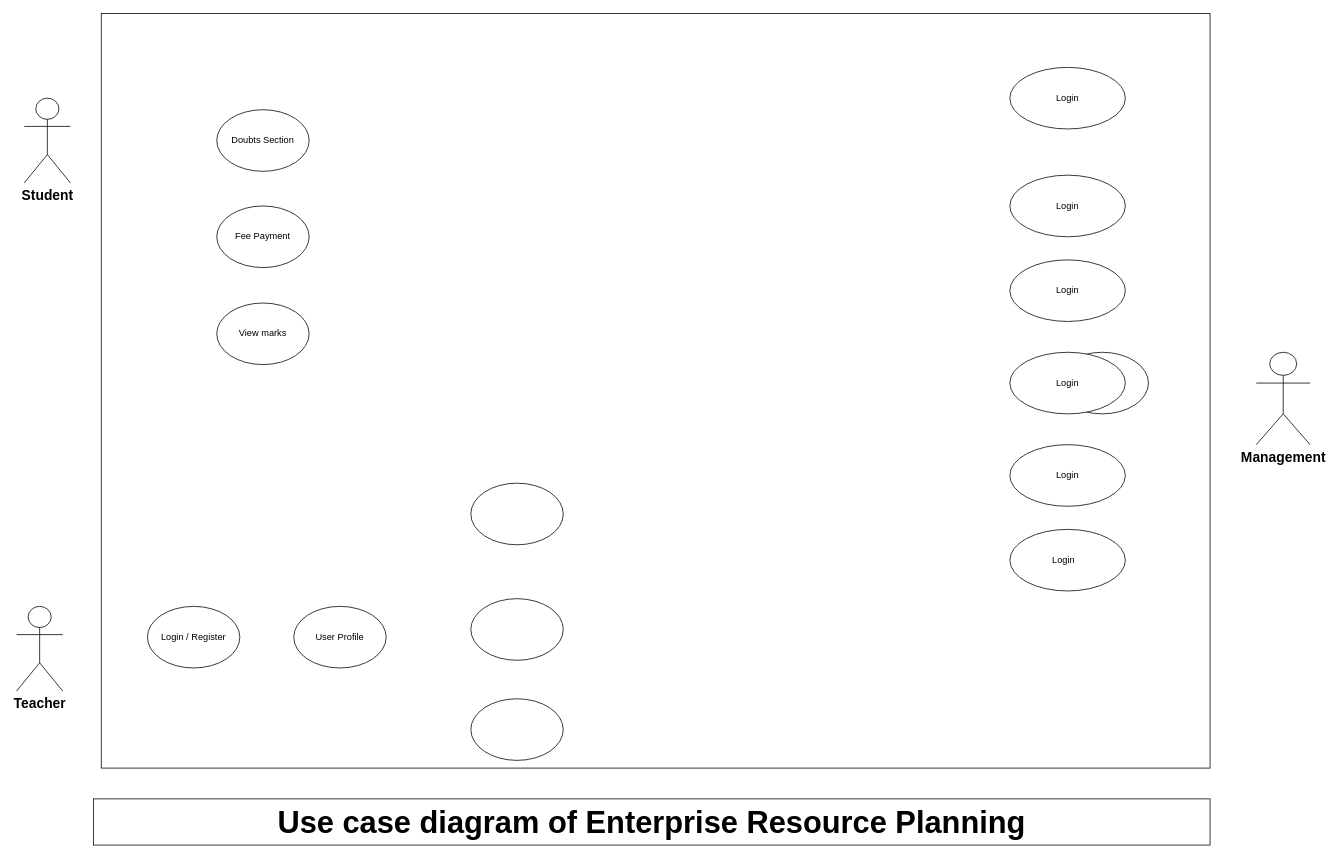
This is Untitled Diagram.drawio from Sumanth-Siddareddy/Enterprise-Resource-Planning, a draw.io file, before an edit. Source tidied: cells renumbered, new cells numbered last; positions are measured from the earlier drawing's top-left corner, leaving out a move shared by most shapes. Both pictures are drawn from the tidied source at 77%, with x=0, y=0 at pixel (16, 13).
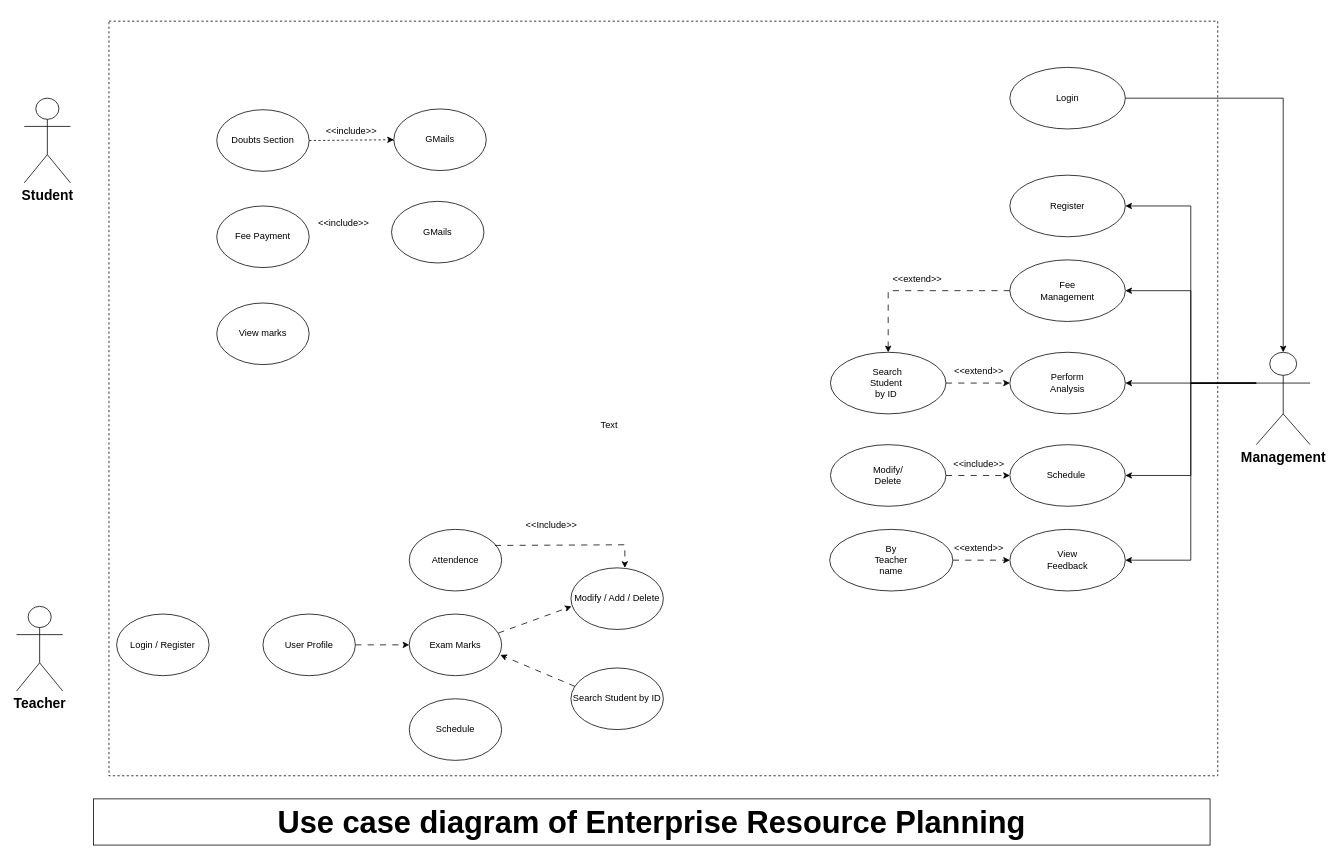
The same page after the edit.

The change refers to these unchanged cells:
```xml
<mxCell id="6" value="Management" style="shape=umlActor;verticalLabelPosition=bottom;verticalAlign=top;html=1;outlineConnect=0;fontSize=18;fontStyle=1;" parent="1" vertex="1">
  <mxGeometry x="1610" y="440" width="70" height="120" as="geometry" />
</mxCell>
<mxCell id="7" style="ellipse;whiteSpace=wrap;html=1;" parent="1" vertex="1">
  <mxGeometry x="1290" y="70" width="150" height="80" as="geometry" />
</mxCell>
<mxCell id="8" value="Doubts Section" style="ellipse;whiteSpace=wrap;html=1;" parent="1" vertex="1">
  <mxGeometry x="260" y="125" width="120" height="80" as="geometry" />
</mxCell>
<mxCell id="9" style="ellipse;whiteSpace=wrap;html=1;" parent="1" vertex="1">
  <mxGeometry x="1290" y="210" width="150" height="80" as="geometry" />
</mxCell>
<mxCell id="11" style="ellipse;whiteSpace=wrap;html=1;" parent="1" vertex="1">
  <mxGeometry x="1290" y="320" width="150" height="80" as="geometry" />
</mxCell>
<mxCell id="14" style="ellipse;whiteSpace=wrap;html=1;" parent="1" vertex="1">
  <mxGeometry x="1290" y="440" width="150" height="80" as="geometry" />
</mxCell>
<mxCell id="17" style="ellipse;whiteSpace=wrap;html=1;" parent="1" vertex="1">
  <mxGeometry x="1290" y="560" width="150" height="80" as="geometry" />
</mxCell>
<mxCell id="19" style="ellipse;whiteSpace=wrap;html=1;" parent="1" vertex="1">
  <mxGeometry x="1290" y="670" width="150" height="80" as="geometry" />
</mxCell>
```

Change to the diagram source:
```diff
@@
-    <mxCell id="2" style="rounded=0;whiteSpace=wrap;html=1;" parent="1" vertex="1">
-      <mxGeometry x="110" width="1440" height="980" as="geometry" />
+    <mxCell id="2" style="rounded=0;whiteSpace=wrap;html=1;dashed=1;" parent="1" vertex="1">
+      <mxGeometry x="120" y="10" width="1440" height="980" as="geometry" />
     </mxCell>
@@
+    <mxCell id="28" style="edgeStyle=orthogonalEdgeStyle;rounded=0;jettySize=auto;html=1;entryX=1;entryY=0.5;entryDx=0;entryDy=0;" parent="1" edge="1" target="9">
+      <mxGeometry relative="1" as="geometry">
+        <mxPoint x="1610" y="480" as="sourcePoint" />
+      </mxGeometry>
+    </mxCell>
+    <mxCell id="29" style="edgeStyle=orthogonalEdgeStyle;rounded=0;jettySize=auto;html=1;exitX=0;exitY=0.3333333333333333;exitDx=0;exitDy=0;exitPerimeter=0;entryX=1;entryY=0.5;entryDx=0;entryDy=0;" parent="1" edge="1" source="6" target="11">
+      <mxGeometry relative="1" as="geometry" />
+    </mxCell>
+    <mxCell id="30" style="edgeStyle=orthogonalEdgeStyle;rounded=0;jettySize=auto;html=1;exitX=0;exitY=0.3333333333333333;exitDx=0;exitDy=0;exitPerimeter=0;entryX=1;entryY=0.5;entryDx=0;entryDy=0;" parent="1" edge="1" source="6" target="14">
+      <mxGeometry relative="1" as="geometry" />
+    </mxCell>
+    <mxCell id="31" style="edgeStyle=orthogonalEdgeStyle;rounded=0;jettySize=auto;html=1;exitX=0;exitY=0.3333333333333333;exitDx=0;exitDy=0;exitPerimeter=0;" parent="1" edge="1" source="6" target="17">
+      <mxGeometry relative="1" as="geometry" />
+    </mxCell>
+    <mxCell id="32" style="edgeStyle=orthogonalEdgeStyle;rounded=0;jettySize=auto;html=1;exitX=0;exitY=0.3333333333333333;exitDx=0;exitDy=0;exitPerimeter=0;entryX=1;entryY=0.5;entryDx=0;entryDy=0;" parent="1" edge="1" source="6" target="19">
+      <mxGeometry relative="1" as="geometry" />
+    </mxCell>
@@
-    <mxCell id="10" style="ellipse;whiteSpace=wrap;html=1;" parent="1" vertex="1">
-      <mxGeometry x="1350" y="440" width="120" height="80" as="geometry" />
-    </mxCell>
+    <mxCell id="33" style="edgeStyle=orthogonalEdgeStyle;rounded=0;jettySize=auto;exitX=0;exitY=0.5;exitDx=0;exitDy=0;entryX=0.5;entryY=0;entryDx=0;entryDy=0;dashed=1;dashPattern=8 8;html=1;fontStyle=0;" parent="1" edge="1" source="11" target="47">
+      <mxGeometry relative="1" as="geometry" />
+    </mxCell>
@@
     <mxCell id="12" value="Login / Register" style="ellipse;whiteSpace=wrap;html=1;" parent="1" vertex="1">
-      <mxGeometry x="170" y="770" width="120" height="80" as="geometry" />
+      <mxGeometry x="130" y="780" width="120" height="80" as="geometry" />
     </mxCell>
@@
+    <mxCell id="34" style="edgeStyle=orthogonalEdgeStyle;rounded=0;jettySize=auto;html=1;exitX=1;exitY=0.5;exitDx=0;exitDy=0;entryX=0;entryY=0.5;entryDx=0;entryDy=0;dashed=1;dashPattern=8 8;" parent="1" edge="1" source="16" target="20">
+      <mxGeometry relative="1" as="geometry" />
+    </mxCell>
@@
     <mxCell id="16" value="User Profile" style="ellipse;whiteSpace=wrap;html=1;" parent="1" vertex="1">
-      <mxGeometry x="360" y="770" width="120" height="80" as="geometry" />
+      <mxGeometry x="320" y="780" width="120" height="80" as="geometry" />
     </mxCell>
@@
-    <mxCell id="18" style="ellipse;whiteSpace=wrap;html=1;" parent="1" vertex="1">
-      <mxGeometry x="590" y="610" width="120" height="80" as="geometry" />
+    <mxCell id="18" value="Attendence" style="ellipse;whiteSpace=wrap;html=1;" parent="1" vertex="1">
+      <mxGeometry x="510" y="670" width="120" height="80" as="geometry" />
     </mxCell>
@@
-    <mxCell id="20" style="ellipse;whiteSpace=wrap;html=1;" parent="1" vertex="1">
-      <mxGeometry x="590" y="760" width="120" height="80" as="geometry" />
+    <mxCell id="20" value="Exam Marks" style="ellipse;whiteSpace=wrap;html=1;" parent="1" vertex="1">
+      <mxGeometry x="510" y="780" width="120" height="80" as="geometry" />
     </mxCell>
@@
-    <mxCell id="22" style="ellipse;whiteSpace=wrap;html=1;" parent="1" vertex="1">
-      <mxGeometry x="590" y="890" width="120" height="80" as="geometry" />
+    <mxCell id="22" value="Schedule" style="ellipse;whiteSpace=wrap;html=1;" parent="1" vertex="1">
+      <mxGeometry x="510" y="890" width="120" height="80" as="geometry" />
     </mxCell>
-    <mxCell id="23" value="Login" style="text;html=1;align=center;verticalAlign=middle;whiteSpace=wrap;rounded=0;" parent="1" vertex="1">
+    <mxCell id="23" value="Register" style="text;html=1;align=center;verticalAlign=middle;whiteSpace=wrap;rounded=0;" parent="1" vertex="1">
       <mxGeometry x="1335" y="235" width="60" height="30" as="geometry" />
     </mxCell>
-    <mxCell id="24" value="Login" style="text;html=1;align=center;verticalAlign=middle;whiteSpace=wrap;rounded=0;" parent="1" vertex="1">
+    <mxCell id="24" value="Fee Management" style="text;html=1;align=center;verticalAlign=middle;whiteSpace=wrap;rounded=0;" parent="1" vertex="1">
       <mxGeometry x="1335" y="345" width="60" height="30" as="geometry" />
     </mxCell>
-    <mxCell id="25" value="Login" style="text;html=1;align=center;verticalAlign=middle;whiteSpace=wrap;rounded=0;" parent="1" vertex="1">
+    <mxCell id="25" value="Perform Analysis" style="text;html=1;align=center;verticalAlign=middle;whiteSpace=wrap;rounded=0;" parent="1" vertex="1">
       <mxGeometry x="1335" y="465" width="60" height="30" as="geometry" />
     </mxCell>
-    <mxCell id="26" value="Login" style="text;html=1;align=center;verticalAlign=middle;whiteSpace=wrap;rounded=0;" parent="1" vertex="1">
+    <mxCell id="26" value="Schedule&lt;span style=&quot;white-space: pre;&quot;&gt;&#9;&lt;/span&gt;" style="text;html=1;align=center;verticalAlign=middle;whiteSpace=wrap;rounded=0;" parent="1" vertex="1">
       <mxGeometry x="1335" y="585" width="60" height="30" as="geometry" />
     </mxCell>
-    <mxCell id="27" value="Login" style="text;html=1;align=center;verticalAlign=middle;whiteSpace=wrap;rounded=0;" parent="1" vertex="1">
-      <mxGeometry x="1330" y="695" width="60" height="30" as="geometry" />
+    <mxCell id="27" value="View Feedback" style="text;html=1;align=center;verticalAlign=middle;whiteSpace=wrap;rounded=0;" parent="1" vertex="1">
+      <mxGeometry x="1335" y="695" width="60" height="30" as="geometry" />
     </mxCell>
+    <mxCell id="35" value="Modify / Add / Delete" style="ellipse;whiteSpace=wrap;html=1;" parent="1" vertex="1">
+      <mxGeometry x="720" y="720" width="120" height="80" as="geometry" />
+    </mxCell>
+    <mxCell id="36" style="edgeStyle=orthogonalEdgeStyle;rounded=0;jettySize=auto;html=1;exitX=1;exitY=0.5;exitDx=0;exitDy=0;entryX=0.5;entryY=0;entryDx=0;entryDy=0;entryPerimeter=0;" parent="1" edge="1" source="7" target="6">
+      <mxGeometry relative="1" as="geometry" />
+    </mxCell>
+    <mxCell id="37" value="Search Student by ID" style="ellipse;whiteSpace=wrap;html=1;" parent="1" vertex="1">
+      <mxGeometry x="720" y="850" width="120" height="80" as="geometry" />
+    </mxCell>
+    <mxCell id="38" value="&amp;lt;&amp;lt;include&amp;gt;&amp;gt;" style="text;html=1;align=center;verticalAlign=middle;whiteSpace=wrap;rounded=0;" parent="1" vertex="1">
+      <mxGeometry x="390" y="134" width="90" height="37" as="geometry" />
+    </mxCell>
+    <mxCell id="39" value="GMails" style="ellipse;whiteSpace=wrap;html=1;" parent="1" vertex="1">
+      <mxGeometry x="490" y="124" width="120" height="80" as="geometry" />
+    </mxCell>
+    <mxCell id="40" style="endArrow=none;dashed=1;html=1;rounded=0;" parent="1" edge="1">
+      <mxGeometry relative="1" as="geometry">
+        <mxPoint x="490" y="165" as="sourcePoint" />
+        <mxPoint x="487.8" y="164.1" as="targetPoint" />
+      </mxGeometry>
+    </mxCell>
+    <mxCell id="41" value="&amp;lt;&amp;lt;include&amp;gt;&amp;gt;" style="text;html=1;align=center;verticalAlign=middle;whiteSpace=wrap;rounded=0;" parent="1" vertex="1">
+      <mxGeometry x="380" y="254" width="90" height="37" as="geometry" />
+    </mxCell>
+    <mxCell id="42" value="GMails" style="ellipse;whiteSpace=wrap;html=1;" parent="1" vertex="1">
+      <mxGeometry x="487" y="244" width="120" height="80" as="geometry" />
+    </mxCell>
+    <mxCell id="43" style="endArrow=classic;html=1;rounded=0;entryX=0;entryY=0.5;entryDx=0;entryDy=0;exitX=1;exitY=0.5;exitDx=0;exitDy=0;dashed=1;" parent="1" edge="1" source="8" target="39">
+      <mxGeometry relative="1" as="geometry" />
+    </mxCell>
+    <mxCell id="44" value="Text" style="text;html=1;align=center;verticalAlign=middle;whiteSpace=wrap;rounded=0;" parent="1" vertex="1">
+      <mxGeometry x="740" y="520" width="60" height="30" as="geometry" />
+    </mxCell>
+    <mxCell id="45" style="edgeStyle=orthogonalEdgeStyle;rounded=0;jettySize=auto;html=1;exitX=1;exitY=0.5;exitDx=0;exitDy=0;entryX=0;entryY=0.5;entryDx=0;entryDy=0;dashed=1;dashPattern=8 8;" parent="1" edge="1" source="47" target="14">
+      <mxGeometry relative="1" as="geometry" />
+    </mxCell>
+    <mxCell id="46" style="endArrow=classic;html=1;rounded=0;exitX=0.964;exitY=0.308;exitDx=0;exitDy=0;exitPerimeter=0;entryX=0.006;entryY=0.625;entryDx=0;entryDy=0;entryPerimeter=0;dashed=1;dashPattern=8 8;" parent="1" edge="1" source="20" target="35">
+      <mxGeometry relative="1" as="geometry" />
+    </mxCell>
+    <mxCell id="47" style="ellipse;whiteSpace=wrap;html=1;" parent="1" vertex="1">
+      <mxGeometry x="1057" y="440" width="150" height="80" as="geometry" />
+    </mxCell>
+    <mxCell id="48" style="endArrow=classic;html=1;rounded=0;entryX=0.986;entryY=0.664;entryDx=0;entryDy=0;dashed=1;dashPattern=8 8;exitX=0.044;exitY=0.3;exitDx=0;exitDy=0;exitPerimeter=0;entryPerimeter=0;" parent="1" edge="1" source="37" target="20">
+      <mxGeometry relative="1" as="geometry" />
+    </mxCell>
+    <mxCell id="49" style="endArrow=classic;html=1;rounded=0;exitX=0.927;exitY=0.261;exitDx=0;exitDy=0;exitPerimeter=0;dashed=1;dashPattern=8 8;" parent="1" edge="1" source="18">
+      <mxGeometry relative="1" as="geometry">
+        <mxPoint x="790" y="720" as="targetPoint" />
+        <Array as="points">
+          <mxPoint x="790" y="690" />
+        </Array>
+      </mxGeometry>
+    </mxCell>
+    <mxCell id="50" value="&amp;nbsp;Search Student by ID" style="text;html=1;align=center;verticalAlign=middle;whiteSpace=wrap;rounded=0;" parent="1" vertex="1">
+      <mxGeometry x="1102" y="465" width="55" height="30" as="geometry" />
+    </mxCell>
+    <mxCell id="51" value="&amp;lt;&amp;lt;Include&amp;gt;&amp;gt;" style="text;html=1;align=center;verticalAlign=middle;whiteSpace=wrap;rounded=0;" parent="1" vertex="1">
+      <mxGeometry x="660" y="650" width="70" height="30" as="geometry" />
+    </mxCell>
+    <mxCell id="52" style="edgeStyle=orthogonalEdgeStyle;rounded=0;jettySize=auto;html=1;exitX=1;exitY=0.5;exitDx=0;exitDy=0;entryX=0;entryY=0.5;entryDx=0;entryDy=0;dashed=1;dashPattern=8 8;" parent="1" edge="1" source="53" target="17">
+      <mxGeometry relative="1" as="geometry" />
+    </mxCell>
+    <mxCell id="53" style="ellipse;whiteSpace=wrap;html=1;" parent="1" vertex="1">
+      <mxGeometry x="1057" y="560" width="150" height="80" as="geometry" />
+    </mxCell>
+    <mxCell id="54" value="Modify/&lt;br&gt;Delete" style="text;html=1;align=center;verticalAlign=middle;whiteSpace=wrap;rounded=0;" parent="1" vertex="1">
+      <mxGeometry x="1102" y="585" width="60" height="30" as="geometry" />
+    </mxCell>
+    <mxCell id="55" style="edgeStyle=orthogonalEdgeStyle;rounded=0;jettySize=auto;html=1;exitX=1;exitY=0.5;exitDx=0;exitDy=0;entryX=0;entryY=0.5;entryDx=0;entryDy=0;dashed=1;dashPattern=8 8;" parent="1" edge="1" source="56" target="19">
+      <mxGeometry relative="1" as="geometry" />
+    </mxCell>
+    <mxCell id="56" style="ellipse;whiteSpace=wrap;html=1;" parent="1" vertex="1">
+      <mxGeometry x="1056" y="670" width="160" height="80" as="geometry" />
+    </mxCell>
+    <mxCell id="57" value="By Teacher name" style="text;html=1;align=center;verticalAlign=middle;whiteSpace=wrap;rounded=0;" parent="1" vertex="1">
+      <mxGeometry x="1106" y="695" width="60" height="30" as="geometry" />
+    </mxCell>
+    <mxCell id="58" style="edgeStyle=orthogonalEdgeStyle;rounded=0;orthogonalLoop=1;jettySize=auto;html=1;exitX=0.5;exitY=1;exitDx=0;exitDy=0;" parent="1" edge="1" source="57" target="57">
+      <mxGeometry relative="1" as="geometry" />
+    </mxCell>
+    <mxCell id="59" value="&amp;lt;&amp;lt;extend&amp;gt;&amp;gt;" style="text;html=1;align=center;verticalAlign=middle;whiteSpace=wrap;rounded=0;" parent="1" vertex="1">
+      <mxGeometry x="1140" y="330" width="60" height="30" as="geometry" />
+    </mxCell>
+    <mxCell id="60" value="&amp;lt;&amp;lt;extend&amp;gt;&amp;gt;" style="text;html=1;align=center;verticalAlign=middle;whiteSpace=wrap;rounded=0;" parent="1" vertex="1">
+      <mxGeometry x="1220" y="450" width="60" height="30" as="geometry" />
+    </mxCell>
+    <mxCell id="61" value="&amp;lt;&amp;lt;include&amp;gt;&amp;gt;" style="text;html=1;align=center;verticalAlign=middle;whiteSpace=wrap;rounded=0;" parent="1" vertex="1">
+      <mxGeometry x="1220" y="570" width="60" height="30" as="geometry" />
+    </mxCell>
+    <mxCell id="62" value="&amp;lt;&amp;lt;extend&amp;gt;&amp;gt;" style="text;html=1;align=center;verticalAlign=middle;whiteSpace=wrap;rounded=0;" parent="1" vertex="1">
+      <mxGeometry x="1220" y="680" width="60" height="30" as="geometry" />
+    </mxCell>
```
